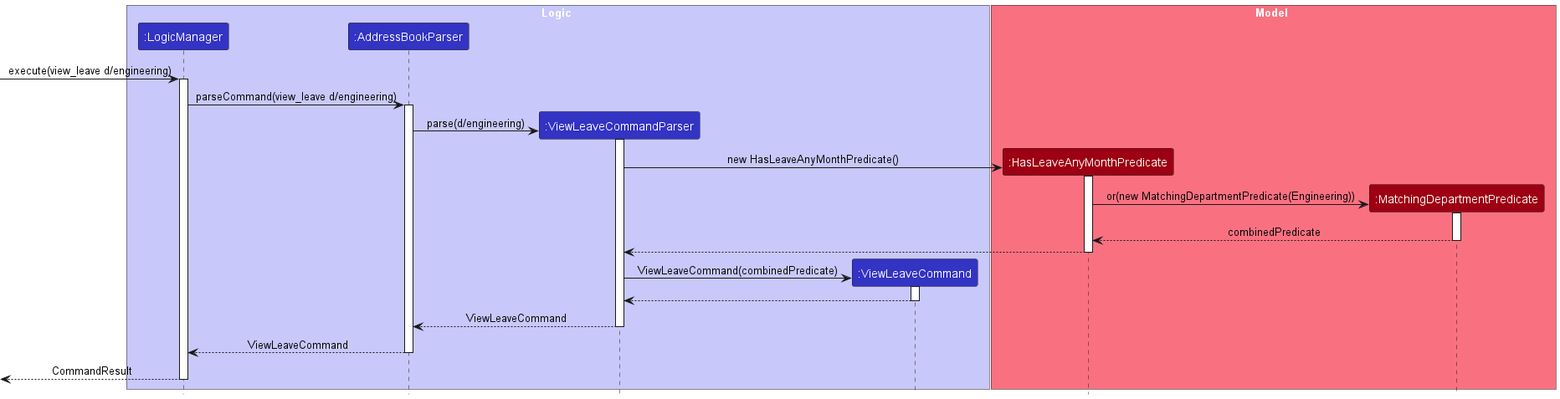
Before: docs/images/ViewLeaveCommandSequenceDiagram.png, a diagram exported from PlantUML (sheryew/tp). The source it was exported from:
```plantuml
@startuml
!include style.puml
skinparam ArrowFontStyle plain

box Logic LOGIC_COLOR_T1
participant ":LogicManager" as LogicManager LOGIC_COLOR
participant ":AddressBookParser" as AddressBookParser LOGIC_COLOR
participant ":ViewLeaveCommandParser" as ViewLeaveCommandParser LOGIC_COLOR
participant ":ViewLeaveCommand" as ViewLeaveCommand LOGIC_COLOR
end box

box Model MODEL_COLOR_T1
participant ":HasLeaveAnyMonthPredicate" as HasLeaveAnyMonthPredicate MODEL_COLOR
participant ":MatchingDepartmentPredicate" as MatchingDepartmentPredicate MODEL_COLOR
end box

[-> LogicManager : execute(view_leave d/engineering)
activate LogicManager

LogicManager -> AddressBookParser : parseCommand(view_leave d/engineering)
activate AddressBookParser

create ViewLeaveCommandParser
AddressBookParser -> ViewLeaveCommandParser : parse(d/engineering)
activate ViewLeaveCommandParser

create HasLeaveAnyMonthPredicate
ViewLeaveCommandParser -> HasLeaveAnyMonthPredicate : new HasLeaveAnyMonthPredicate()
activate HasLeaveAnyMonthPredicate

create MatchingDepartmentPredicate
HasLeaveAnyMonthPredicate -> MatchingDepartmentPredicate : or(new MatchingDepartmentPredicate(Engineering))
activate MatchingDepartmentPredicate

MatchingDepartmentPredicate --> HasLeaveAnyMonthPredicate : combinedPredicate
deactivate MatchingDepartmentPredicate

HasLeaveAnyMonthPredicate --> ViewLeaveCommandParser
deactivate HasLeaveAnyMonthPredicate

create ViewLeaveCommand
ViewLeaveCommandParser -> ViewLeaveCommand : ViewLeaveCommand(combinedPredicate)
activate ViewLeaveCommand

ViewLeaveCommand --> ViewLeaveCommandParser
deactivate ViewLeaveCommand

ViewLeaveCommandParser --> AddressBookParser : ViewLeaveCommand
deactivate ViewLeaveCommandParser

AddressBookParser --> LogicManager : ViewLeaveCommand
deactivate AddressBookParser

LogicManager -->[ : CommandResult
deactivate LogicManager

@enduml
```
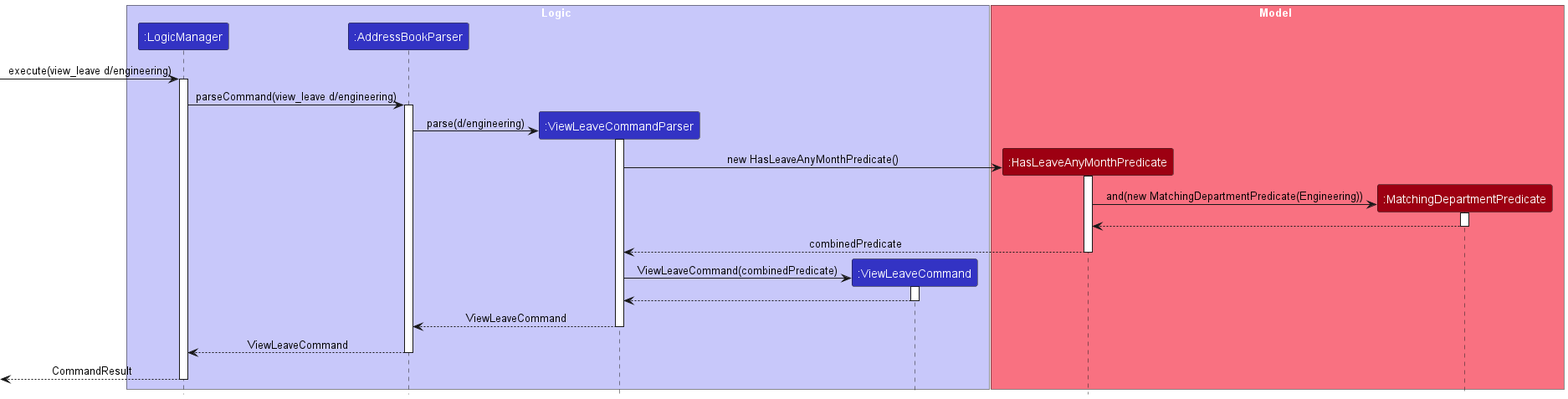
The same file after the commit.

Commit message:
Change the "or" to "and" in the view leave sequence diagram

Diff of the diagram source:
```diff
@@ -29,13 +29,13 @@
 activate HasLeaveAnyMonthPredicate
 
 create MatchingDepartmentPredicate
-HasLeaveAnyMonthPredicate -> MatchingDepartmentPredicate : or(new MatchingDepartmentPredicate(Engineering))
+HasLeaveAnyMonthPredicate -> MatchingDepartmentPredicate : and(new MatchingDepartmentPredicate(Engineering))
 activate MatchingDepartmentPredicate
 
-MatchingDepartmentPredicate --> HasLeaveAnyMonthPredicate : combinedPredicate
+MatchingDepartmentPredicate --> HasLeaveAnyMonthPredicate
 deactivate MatchingDepartmentPredicate
 
-HasLeaveAnyMonthPredicate --> ViewLeaveCommandParser
+HasLeaveAnyMonthPredicate --> ViewLeaveCommandParser : combinedPredicate
 deactivate HasLeaveAnyMonthPredicate
 
 create ViewLeaveCommand
```
